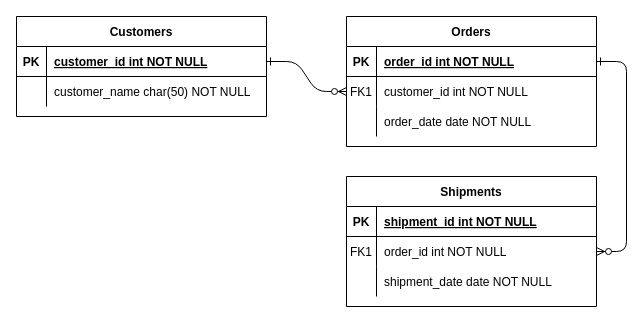
Above: Untitled Diagram.drawio in SimonGideon/CODSOFT (draw.io), before the change. Source tidied: cells renumbered, new cells numbered last; positions are measured from the earlier drawing's top-left corner, leaving out a move shared by most shapes. Both pictures are drawn from the tidied source at 100%, with x=0, y=0 at pixel (16, 16).
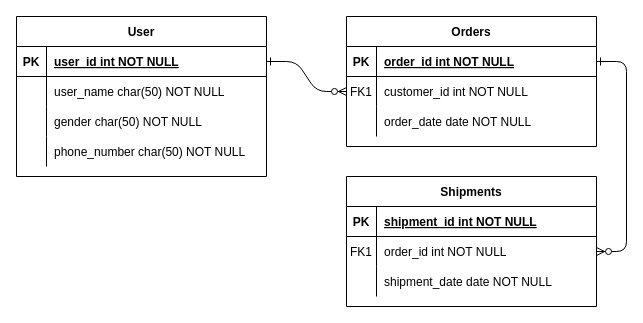
Above is the later version.

Unchanged cells that the change refers to:
```xml
<mxCell id="25" style="shape=partialRectangle;fillColor=none;points=[[0,0.5],[1,0.5]];portConstraint=eastwest;top=0;left=0;right=0;bottom=1;" parent="24" vertex="1">
  <mxGeometry y="30" width="250" height="30" as="geometry" />
</mxCell>
```

Change to the diagram source:
```diff
@@
-    <mxCell id="24" value="Customers" style="shape=table;startSize=30;childLayout=tableLayout;rowLines=0;fontStyle=1;align=center;" parent="1" vertex="1">
-      <mxGeometry width="250" height="100" as="geometry" />
+    <mxCell id="24" value="User" style="shape=table;startSize=30;childLayout=tableLayout;rowLines=0;fontStyle=1;align=center;" parent="1" vertex="1">
+      <mxGeometry width="250" height="160" as="geometry" />
     </mxCell>
@@
-    <mxCell id="27" value="customer_id int NOT NULL " style="shape=partialRectangle;overflow=hidden;fillColor=none;top=0;left=0;bottom=0;right=0;align=left;spacingLeft=6;fontStyle=5;" parent="25" vertex="1">
+    <mxCell id="27" value="user_id int NOT NULL " style="shape=partialRectangle;overflow=hidden;fillColor=none;top=0;left=0;bottom=0;right=0;align=left;spacingLeft=6;fontStyle=5;" parent="25" vertex="1">
       <mxGeometry x="30" width="220" height="30" as="geometry" />
     </mxCell>
+    <mxCell id="31" style="shape=partialRectangle;fillColor=none;top=0;left=0;right=0;bottom=0;" parent="24" vertex="1">
+      <mxGeometry y="60" width="250" height="30" as="geometry" />
+    </mxCell>
+    <mxCell id="32" style="shape=partialRectangle;overflow=hidden;fillColor=none;top=0;left=0;bottom=0;right=0;" parent="31" vertex="1">
+      <mxGeometry width="30" height="30" as="geometry" />
+    </mxCell>
+    <mxCell id="33" value="user_name char(50) NOT NULL" style="shape=partialRectangle;overflow=hidden;fillColor=none;top=0;left=0;bottom=0;right=0;align=left;spacingLeft=6;" parent="31" vertex="1">
+      <mxGeometry x="30" width="220" height="30" as="geometry" />
+    </mxCell>
+    <mxCell id="34" style="shape=partialRectangle;fillColor=none;top=0;left=0;right=0;bottom=0;" parent="24" vertex="1">
+      <mxGeometry y="90" width="250" height="30" as="geometry" />
+    </mxCell>
+    <mxCell id="35" style="shape=partialRectangle;overflow=hidden;fillColor=none;top=0;left=0;bottom=0;right=0;" parent="34" vertex="1">
+      <mxGeometry width="30" height="30" as="geometry" />
+    </mxCell>
+    <mxCell id="36" value="gender char(50) NOT NULL" style="shape=partialRectangle;overflow=hidden;fillColor=none;top=0;left=0;bottom=0;right=0;align=left;spacingLeft=6;" parent="34" vertex="1">
+      <mxGeometry x="30" width="220" height="30" as="geometry" />
+    </mxCell>
     <mxCell id="28" style="shape=partialRectangle;fillColor=none;top=0;left=0;right=0;bottom=0;" parent="24" vertex="1">
-      <mxGeometry y="60" width="250" height="30" as="geometry" />
+      <mxGeometry y="120" width="250" height="30" as="geometry" />
     </mxCell>
@@
-    <mxCell id="30" value="customer_name char(50) NOT NULL" style="shape=partialRectangle;overflow=hidden;fillColor=none;top=0;left=0;bottom=0;right=0;align=left;spacingLeft=6;" parent="28" vertex="1">
+    <mxCell id="30" value="phone_number char(50) NOT NULL" style="shape=partialRectangle;overflow=hidden;fillColor=none;top=0;left=0;bottom=0;right=0;align=left;spacingLeft=6;" parent="28" vertex="1">
       <mxGeometry x="30" width="220" height="30" as="geometry" />
     </mxCell>
```
